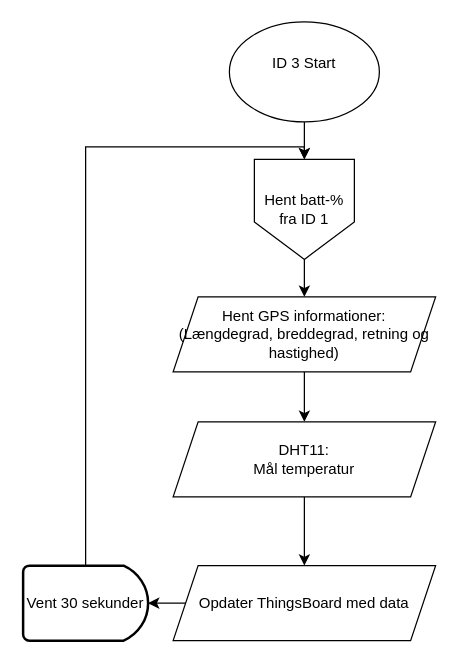
Before: page "ID 3" (3 of 10) of Samlet løsning/Samlet Flowchart.drawio in KEA-E24-B9-IOT1/E24-B9-IoT1, a draw.io diagram. Source tidied: cells renumbered, new cells numbered last; positions are measured from the earlier drawing's top-left corner, leaving out a move shared by most shapes. Both pictures are drawn from the tidied source at 125%, with x=0, y=0 at pixel (22, 21).
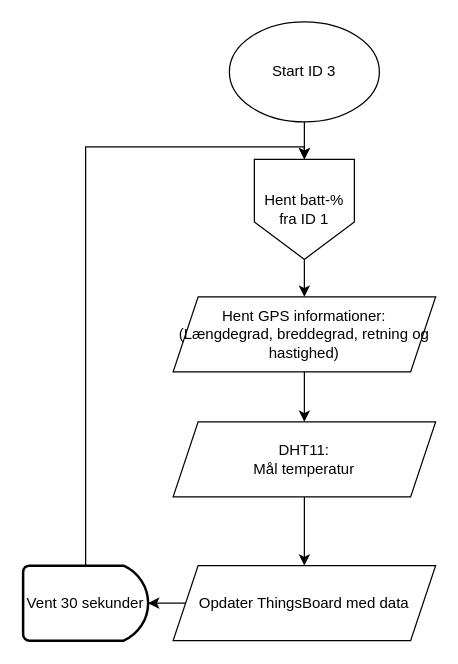
After the change.

Change to the diagram source:
```diff
@@
 <mxGraphModel>
   <root>
     <mxCell id="0" />
     <mxCell id="1" parent="0" />
     <mxCell id="2" style="edgeStyle=orthogonalEdgeStyle;rounded=0;jettySize=auto;html=1;entryX=0.5;entryY=0;entryDx=0;entryDy=0;" parent="1" edge="1" source="3" target="7">
       <mxGeometry relative="1" as="geometry" />
     </mxCell>
-    <mxCell id="3" value="ID 3 Start&lt;div&gt;&lt;br&gt;&lt;/div&gt;" style="ellipse;whiteSpace=wrap;html=1;" parent="1" vertex="1">
+    <mxCell id="3" value="&lt;div&gt;Start ID 3&lt;/div&gt;" style="ellipse;whiteSpace=wrap;html=1;" parent="1" vertex="1">
       <mxGeometry x="165" width="120" height="80" as="geometry" />
     </mxCell>
     <mxCell id="4" style="edgeStyle=orthogonalEdgeStyle;rounded=0;jettySize=auto;html=1;entryX=0.5;entryY=0;entryDx=0;entryDy=0;exitX=0.5;exitY=0;exitDx=0;exitDy=0;exitPerimeter=0;" parent="1" edge="1" source="10" target="7">
       <mxGeometry relative="1" as="geometry">
         <Array as="points">
           <mxPoint x="50" y="100" />
           <mxPoint x="225" y="100" />
         </Array>
       </mxGeometry>
     </mxCell>
     <mxCell id="5" style="edgeStyle=orthogonalEdgeStyle;rounded=0;jettySize=auto;html=1;entryX=0.5;entryY=0;entryDx=0;entryDy=0;" parent="1" edge="1" source="6" target="12">
       <mxGeometry relative="1" as="geometry" />
     </mxCell>
     <mxCell id="6" value="&lt;div&gt;DHT11:&lt;/div&gt;&lt;div&gt;Mål temperatur&lt;br&gt;&lt;/div&gt;" style="shape=parallelogram;perimeter=parallelogramPerimeter;whiteSpace=wrap;html=1;fixedSize=1;rounded=0;" parent="1" vertex="1">
       <mxGeometry x="120" y="320" width="210" height="60" as="geometry" />
     </mxCell>
     <mxCell id="7" value="Hent batt-% fra ID 1" style="shape=offPageConnector;whiteSpace=wrap;html=1;" parent="1" vertex="1">
       <mxGeometry x="185" y="110" width="80" height="80" as="geometry" />
     </mxCell>
     <mxCell id="8" style="edgeStyle=orthogonalEdgeStyle;rounded=0;jettySize=auto;html=1;" parent="1" edge="1" source="9" target="6">
       <mxGeometry relative="1" as="geometry" />
     </mxCell>
     <mxCell id="9" value="Hent GPS informationer:&lt;br&gt;(Længdegrad, breddegrad, retning og hastighed)" style="shape=parallelogram;perimeter=parallelogramPerimeter;whiteSpace=wrap;html=1;fixedSize=1;" parent="1" vertex="1">
       <mxGeometry x="120" y="220" width="210" height="60" as="geometry" />
     </mxCell>
     <mxCell id="10" value="Vent 30 sekunder" style="strokeWidth=2;html=1;shape=mxgraph.flowchart.delay;whiteSpace=wrap;" parent="1" vertex="1">
       <mxGeometry y="435" width="100" height="60" as="geometry" />
     </mxCell>
     <mxCell id="11" style="edgeStyle=orthogonalEdgeStyle;rounded=0;jettySize=auto;html=1;exitX=0.5;exitY=1;exitDx=0;exitDy=0;" parent="1" edge="1" source="7" target="9">
       <mxGeometry relative="1" as="geometry" />
     </mxCell>
     <mxCell id="12" value="Opdater ThingsBoard med data" style="shape=parallelogram;perimeter=parallelogramPerimeter;whiteSpace=wrap;html=1;fixedSize=1;rounded=0;" parent="1" vertex="1">
       <mxGeometry x="120" y="435" width="210" height="60" as="geometry" />
     </mxCell>
     <mxCell id="13" style="edgeStyle=orthogonalEdgeStyle;rounded=0;jettySize=auto;html=1;exitX=0;exitY=0.5;exitDx=0;exitDy=0;entryX=1;entryY=0.5;entryDx=0;entryDy=0;entryPerimeter=0;" parent="1" edge="1" source="12" target="10">
       <mxGeometry relative="1" as="geometry" />
     </mxCell>
   </root>
 </mxGraphModel>
```
